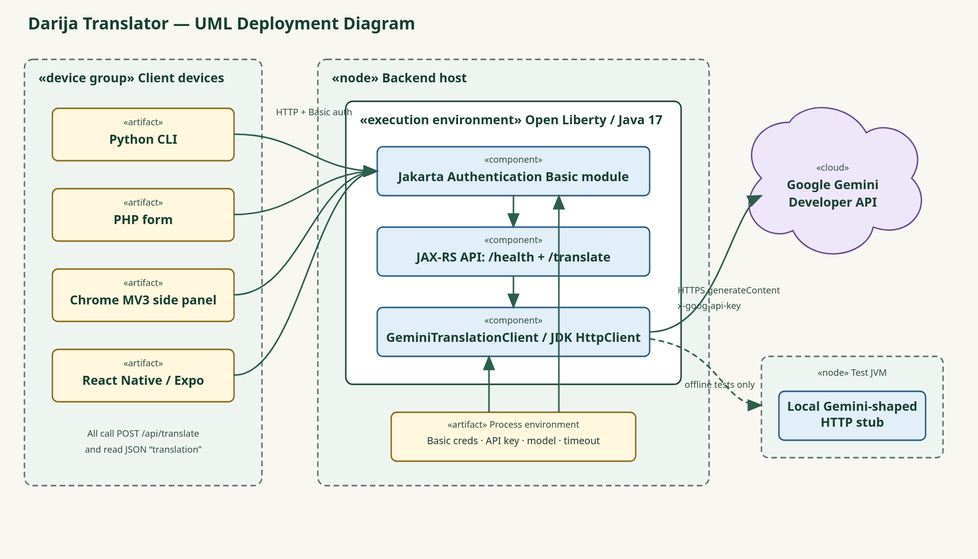
Before: docs/uml/deployment-diagram.svg, a diagram exported from PlantUML (BadrTechie/darija-translator). Its source is kept beside it as docs/uml/deployment-diagram.puml.
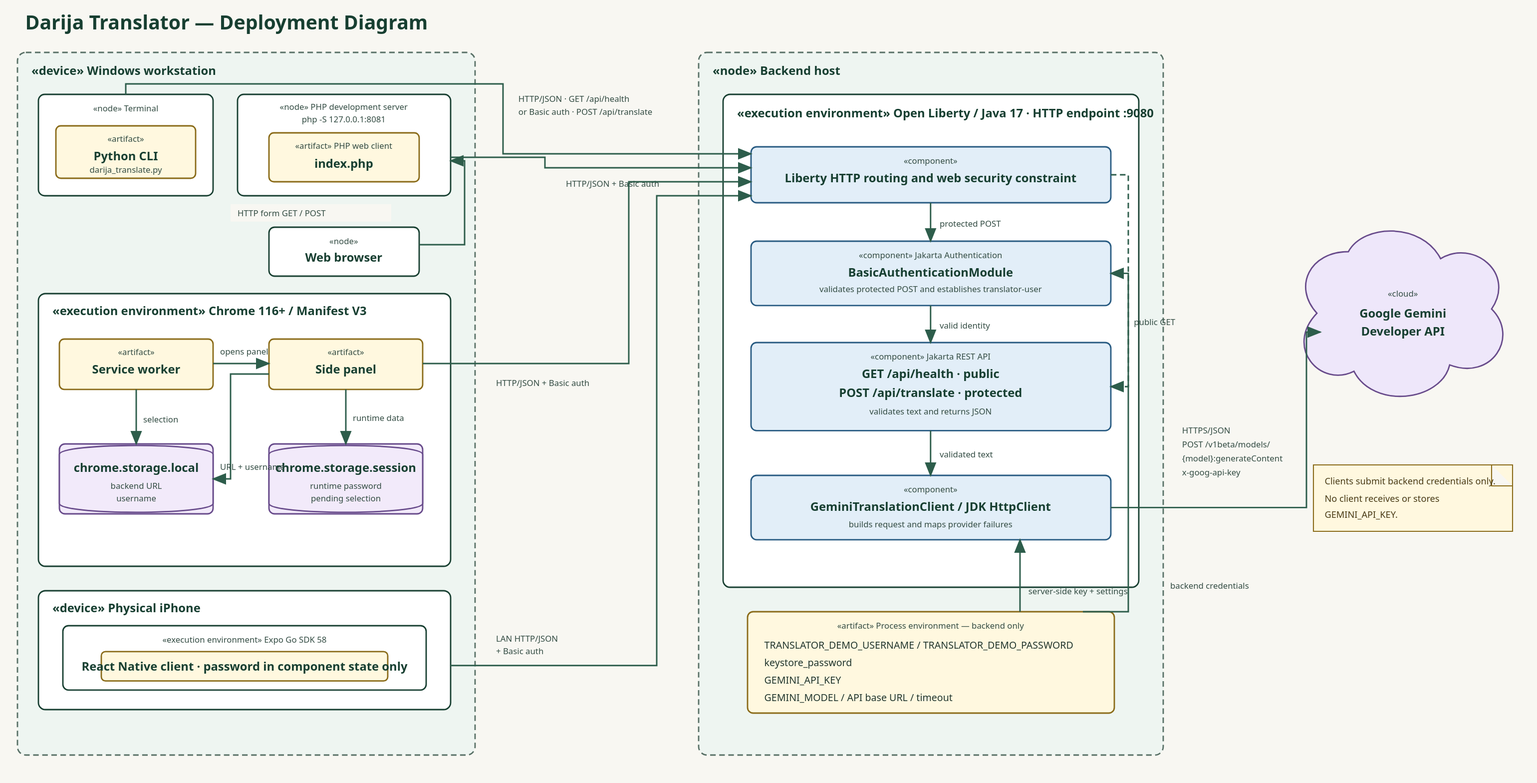
After the change.

Commit message:
docs: complete Stage 7 architecture UML

Diff of the diagram source:
```diff
@@ -1,35 +1,68 @@
 @startuml
+title Darija Translator — Deployment Diagram
 left to right direction
+skinparam linetype ortho
 
-node "Client devices" {
-  artifact "Python CLI"
-  artifact "PHP form"
-  artifact "Chrome MV3 side panel"
-  artifact "React Native / Expo"
+node "Windows workstation" as Workstation {
+  node "Terminal" as Terminal {
+    artifact "Python CLI\ndarija_translate.py" as Python
+  }
+
+  node "PHP development server\nphp -S 127.0.0.1:8081" as PhpServer {
+    artifact "PHP web client\nindex.php" as Php
+  }
+  node "Web browser" as PhpBrowser
+
+  node "Chrome 116+" as Chrome {
+    artifact "MV3 service worker" as Worker
+    artifact "Side panel" as Panel
+    database "chrome.storage.local\nbackend URL + username" as LocalStorage
+    database "chrome.storage.session\npassword + pending selection" as SessionStorage
+  }
 }
 
-node "Backend host" {
-  node "Open Liberty\nJava 17" {
-    component "Jakarta Authentication\nBasic module" as Auth
-    component "JAX-RS API\n/health + /translate" as API
-    component "GeminiTranslationClient\nJDK HttpClient" as Client
+node "Physical iPhone" as IPhone {
+  node "Expo Go SDK 58" {
+    artifact "React Native client\npassword in component state only" as Mobile
   }
-  artifact "Process environment" as Env
+}
+
+node "Backend host" as BackendHost {
+  artifact "Process environment — backend only\nTRANSLATOR_DEMO_USERNAME / TRANSLATOR_DEMO_PASSWORD\nkeystore_password\nGEMINI_API_KEY\nGEMINI_MODEL / base URL / timeout" as Environment
+
+  node "Open Liberty / Java 17\nHTTP endpoint :9080" as Liberty {
+    component "Jakarta Authentication\nBasicAuthenticationModule" as Authentication
+    component "Jakarta REST API\nGET /api/health (public)\nPOST /api/translate (protected)" as RestApi
+    component "GeminiTranslationClient\nJDK HttpClient" as GeminiClient
+  }
 }
 
 cloud "Google Gemini Developer API" as Gemini
-node "Test JVM" {
-  component "Local Gemini-shaped\nHTTP stub" as Stub
-}
 
-"Python CLI" --> Auth : HTTP + Basic
-"PHP form" --> Auth : HTTP + Basic
-"Chrome MV3 side panel" --> Auth : HTTP + Basic
-"React Native / Expo" --> Auth : HTTP + Basic
-Auth --> API
-API --> Client
-Env --> Auth : demo credentials
-Env --> Client : API key, model, timeout
-Client --> Gemini : HTTPS generateContent\nx-goog-api-key
-Client ..> Stub : offline tests only
+PhpBrowser --> Php : HTTP form GET / POST
+Worker --> SessionStorage : selected text
+Worker --> Panel : opens side panel
+Panel --> LocalStorage : reads/writes URL + username
+Panel --> SessionStorage : reads/writes runtime password
+
+Python --> RestApi : HTTP/JSON\nGET /api/health
+Python --> Authentication : HTTP/JSON + Basic authentication\nPOST /api/translate
+Php --> Authentication : HTTP/JSON + Basic authentication\nPOST /api/translate
+Panel --> Authentication : HTTP/JSON + Basic authentication\nPOST /api/translate
+Mobile --> Authentication : HTTP/JSON + Basic authentication\nPOST /api/translate over LAN
+
+Authentication --> RestApi : valid translator-user
+RestApi --> GeminiClient : validated text + source language
+Environment --> Authentication : backend credentials
+Environment --> GeminiClient : server-side key + settings
+GeminiClient --> Gemini : HTTPS/JSON\nPOST /v1beta/models/{model}:generateContent\nx-goog-api-key
+
+note bottom of Python
+  Clients submit backend credentials only.
+  No client receives or stores GEMINI_API_KEY.
+end note
+note bottom of Mobile
+  The iPhone reaches the backend by its LAN URL.
+  The masked password is runtime-only.
+end note
 @enduml
```
